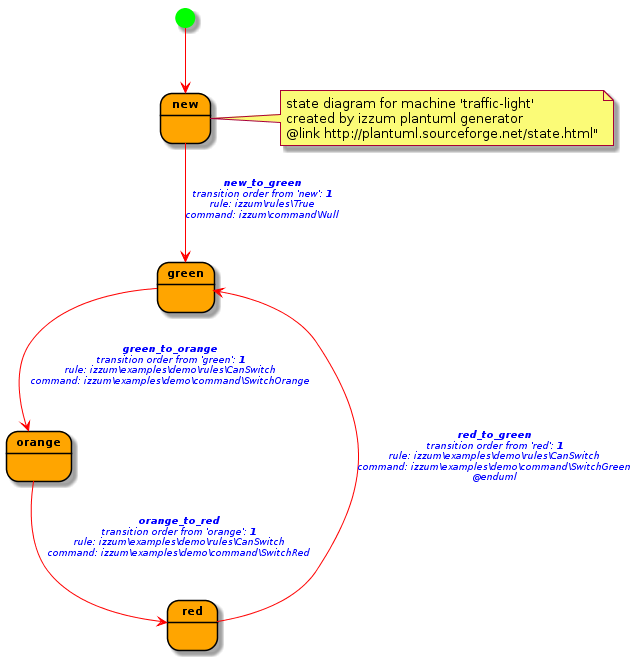
Earlier version of the PlantUML export assets/images/state-diagram-plantuml-traffic-light.png (rolfvreijdenberger/izzum-statemachine).
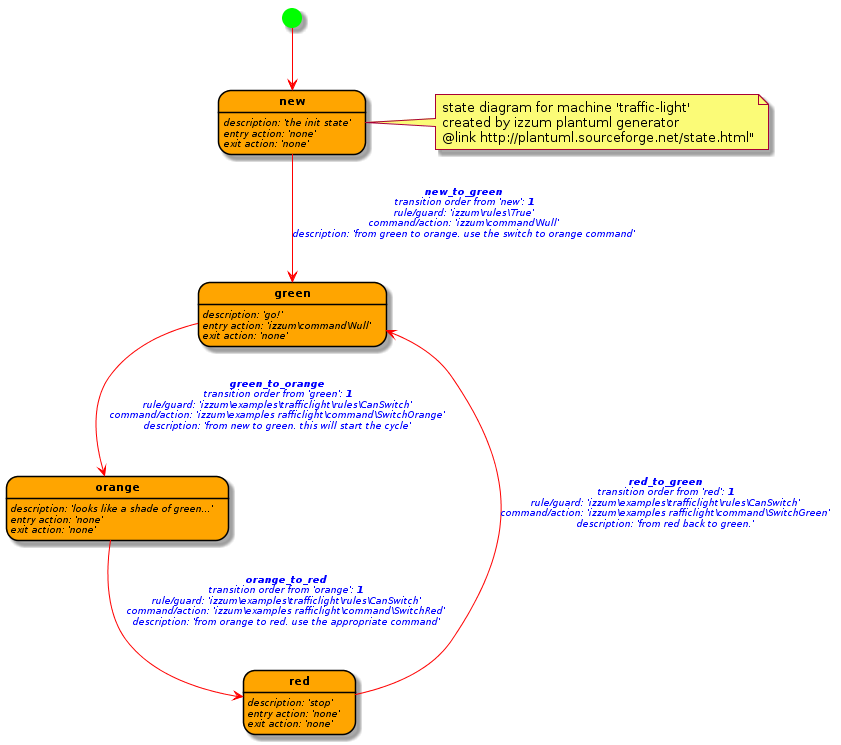
After the change.

The edit, as a diff of the source:
```diff
@@ -21,16 +21,29 @@
     FontStyle italic
 }
 state "new" as New
+New: description: 'the init state'
+New: entry action: 'none'
+New: exit action: 'none'
+state "green" as Green
+Green: description: 'go!'
+Green: entry action: 'izzum\command\Null'
+Green: exit action: 'none'
+New --> Green : <b><size:10>new_to_green</size></b>\ntransition order from 'new': <b>1</b>\nrule/guard: 'izzum\\rules\\True'\ncommand/action: 'izzum\command\Null'\ndescription: 'from green to orange. use the switch to orange command'\n
+state "orange" as Orange
+Orange: description: 'looks like a shade of green...'
+Orange: entry action: 'none'
+Orange: exit action: 'none'
+Green --> Orange : <b><size:10>green_to_orange</size></b>\ntransition order from 'green': <b>1</b>\nrule/guard: 'izzum\\examples\\trafficlight\\rules\\CanSwitch'\ncommand/action: 'izzum\examples\trafficlight\command\SwitchOrange'\ndescription: 'from new to green. this will start the cycle'\n
+state "red" as Red
+Red: description: 'stop'
+Red: entry action: 'none'
+Red: exit action: 'none'
+Orange --> Red : <b><size:10>orange_to_red</size></b>\ntransition order from 'orange': <b>1</b>\nrule/guard: 'izzum\\examples\\trafficlight\\rules\\CanSwitch'\ncommand/action: 'izzum\examples\trafficlight\command\SwitchRed'\ndescription: 'from orange to red. use the appropriate command'\n
+Red --> Green : <b><size:10>red_to_green</size></b>\ntransition order from 'red': <b>1</b>\nrule/guard: 'izzum\\examples\\trafficlight\\rules\\CanSwitch'\ncommand/action: 'izzum\examples\trafficlight\command\SwitchGreen'\ndescription: 'from red back to green.'\n
 [*] --> New
 note right of New
 state diagram for machine 'traffic-light'
 created by izzum plantuml generator
 @link http://plantuml.sourceforge.net/state.html"
 end note
-state "green" as Green
-New --> Green : <b><size:10>new_to_green</size></b>\ntransition order from 'new': <b>1</b>\nrule: izzum\rules\True\ncommand: izzum\command\Null\n
-state "orange" as Orange
-Green --> Orange : <b><size:10>green_to_orange</size></b>\ntransition order from 'green': <b>1</b>\nrule: izzum\examples\demo\rules\CanSwitch\ncommand: izzum\examples\demo\command\SwitchOrange\n
-state "red" as Red
-Orange --> Red : <b><size:10>orange_to_red</size></b>\ntransition order from 'orange': <b>1</b>\nrule: izzum\examples\demo\rules\CanSwitch\ncommand: izzum\examples\demo\command\SwitchRed\n
-Red --> Green : <b><size:10>red_to_green</size></b>\ntransition order from 'red': <b>1</b>\nrule: izzum\examples\demo\rules\CanSwitch\ncommand: izzum\examples\demo\command\SwitchGreen\n@enduml
+@enduml
```
